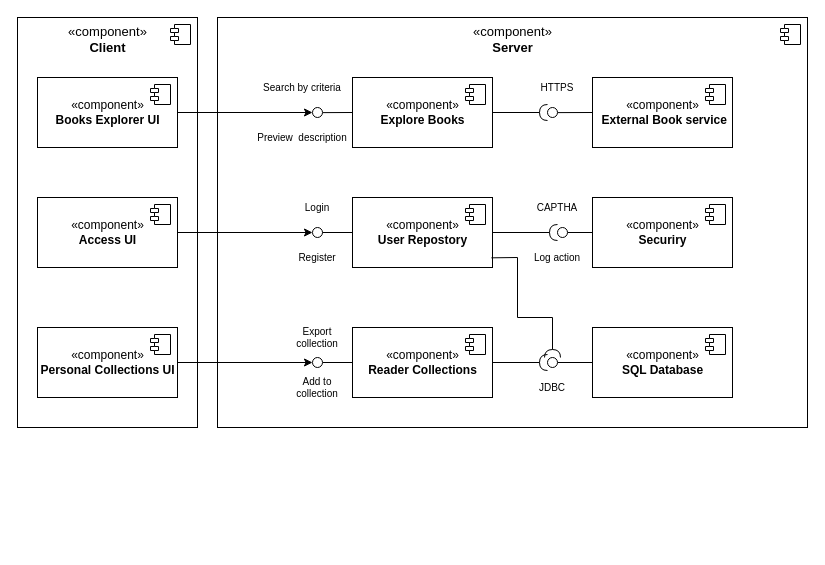
Before: page "Component/ Service security" (2 of 3) of project/bookhub-architecture.drawio in ivanchuchulski/highly-secure-software, a draw.io diagram. Source tidied: cells renumbered, new cells numbered last; positions are measured from the earlier drawing's top-left corner, leaving out a move shared by most shapes. Both pictures are drawn from the tidied source at 100%, with x=0, y=0 at pixel (17, 17).
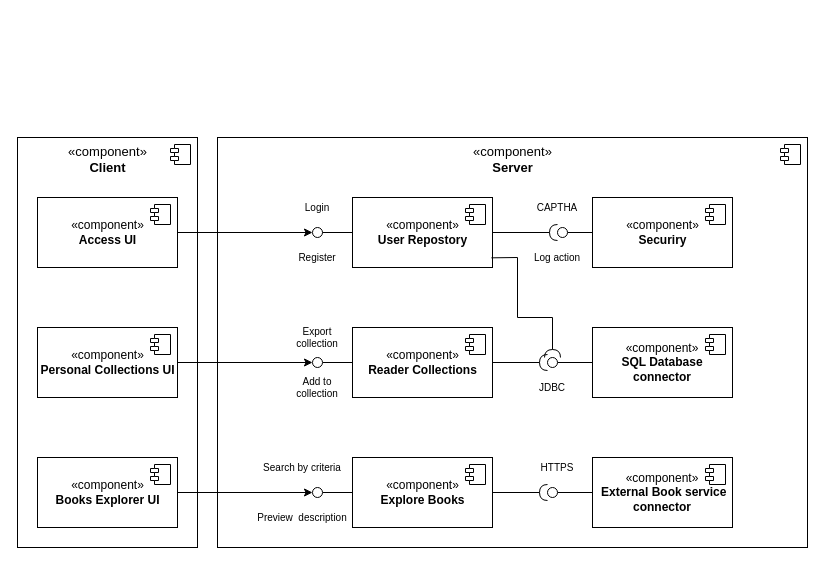
The same page after the edit.

Commit message (it also covers changes not shown here):
exported depployment and component diagram

Change to the diagram source:
```diff
@@
     <mxCell id="2" value="«component»&lt;br&gt;&lt;b&gt;Server&lt;/b&gt;" style="html=1;fontSize=13;verticalAlign=top;strokeColor=default;" parent="1" vertex="1">
-      <mxGeometry x="200" width="590" height="410" as="geometry" />
+      <mxGeometry x="200" y="120" width="590" height="410" as="geometry" />
     </mxCell>
@@
     <mxCell id="4" value="«component»&lt;br&gt;&lt;b&gt;Client&lt;/b&gt;" style="html=1;fontSize=13;verticalAlign=top;" parent="1" vertex="1">
-      <mxGeometry width="180" height="410" as="geometry" />
+      <mxGeometry y="120" width="180" height="410" as="geometry" />
     </mxCell>
@@
     <mxCell id="7" value="«component»&lt;br&gt;&lt;b&gt;Books Explorer UI&lt;/b&gt;" style="html=1;" parent="1" vertex="1">
-      <mxGeometry x="20" y="60" width="140" height="70" as="geometry" />
+      <mxGeometry x="20" y="440" width="140" height="70" as="geometry" />
     </mxCell>
@@
     <mxCell id="9" value="«component»&lt;br&gt;&lt;b&gt;Explore Books&lt;/b&gt;" style="html=1;" parent="1" vertex="1">
-      <mxGeometry x="335" y="60" width="140" height="70" as="geometry" />
+      <mxGeometry x="335" y="440" width="140" height="70" as="geometry" />
     </mxCell>
@@
-    <mxCell id="11" value="«component»&lt;br&gt;&lt;b&gt;SQL Database&lt;/b&gt;" style="html=1;" parent="1" vertex="1">
+    <mxCell id="11" value="«component»&lt;br&gt;&lt;b&gt;SQL Database connector&lt;/b&gt;" style="html=1;whiteSpace=wrap;" parent="1" vertex="1">
       <mxGeometry x="575" y="310" width="140" height="70" as="geometry" />
     </mxCell>
@@
-    <mxCell id="18" value="«component»&lt;br&gt;&lt;b&gt;&amp;nbsp;External Book service&lt;/b&gt;" style="html=1;" parent="1" vertex="1">
-      <mxGeometry x="575" y="60" width="140" height="70" as="geometry" />
+    <mxCell id="18" value="«component»&lt;br&gt;&lt;b&gt;&amp;nbsp;External Book service connector&lt;/b&gt;" style="html=1;whiteSpace=wrap;" parent="1" vertex="1">
+      <mxGeometry x="575" y="440" width="140" height="70" as="geometry" />
     </mxCell>
@@
     <mxCell id="22" style="ellipse;whiteSpace=wrap;html=1;align=center;points=[];outlineConnect=0;sketch=0;" parent="1" vertex="1">
-      <mxGeometry x="530" y="90" width="10" height="10" as="geometry" />
+      <mxGeometry x="530" y="470" width="10" height="10" as="geometry" />
     </mxCell>
@@
     <mxCell id="27" value="Search by criteria" style="text;html=1;strokeColor=none;fillColor=none;align=center;verticalAlign=middle;whiteSpace=wrap;rounded=0;fontSize=10;" parent="1" vertex="1">
-      <mxGeometry x="235" y="60" width="100" height="20" as="geometry" />
+      <mxGeometry x="235" y="440" width="100" height="20" as="geometry" />
     </mxCell>
     <mxCell id="28" value="HTTPS" style="text;html=1;strokeColor=none;fillColor=none;align=center;verticalAlign=middle;whiteSpace=wrap;rounded=0;fontSize=10;" parent="1" vertex="1">
-      <mxGeometry x="510" y="60" width="60" height="20" as="geometry" />
+      <mxGeometry x="510" y="440" width="60" height="20" as="geometry" />
     </mxCell>
@@
     <mxCell id="38" style="ellipse;whiteSpace=wrap;html=1;align=center;points=[];outlineConnect=0;sketch=0;" parent="1" vertex="1">
-      <mxGeometry x="295" y="90" width="10" height="10" as="geometry" />
+      <mxGeometry x="295" y="470" width="10" height="10" as="geometry" />
     </mxCell>
@@
     <mxCell id="46" value="Preview&amp;nbsp; description" style="text;html=1;strokeColor=none;fillColor=none;align=center;verticalAlign=middle;whiteSpace=wrap;rounded=0;fontSize=10;" parent="1" vertex="1">
-      <mxGeometry x="235" y="110" width="100" height="20" as="geometry" />
+      <mxGeometry x="235" y="490" width="100" height="20" as="geometry" />
     </mxCell>
```
